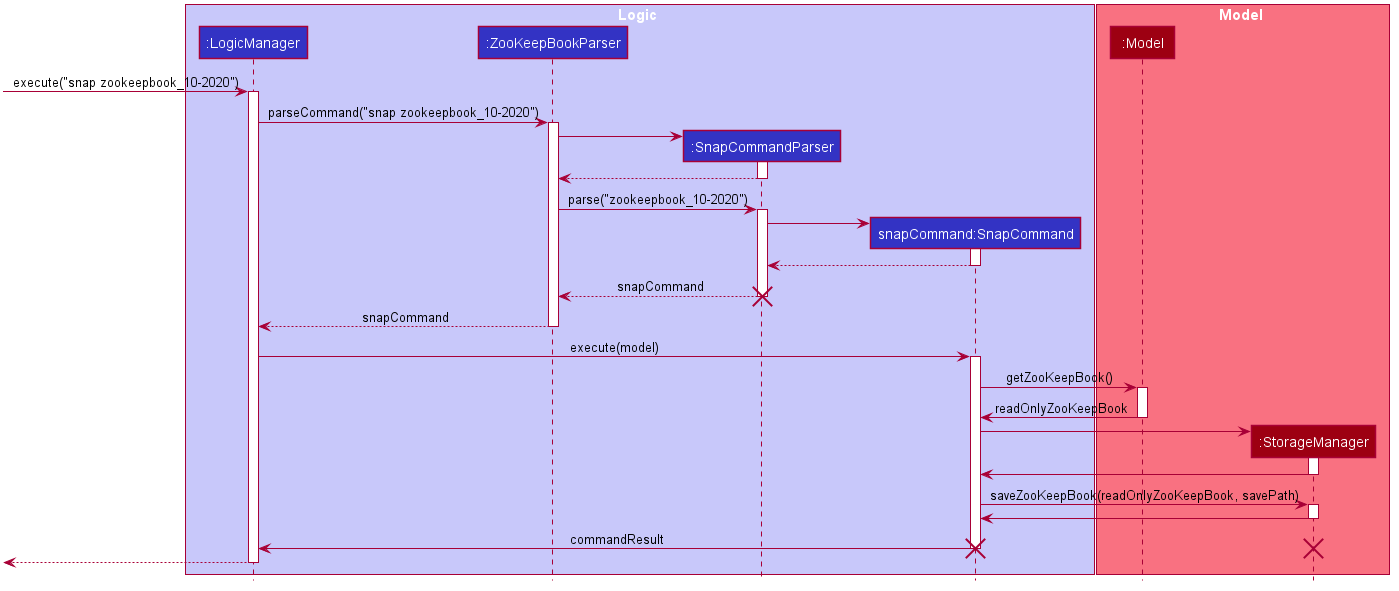
This is docs/images/SnapCommandSequenceDiagram.png from nus-cs2103-AY2021S1/tp, a PlantUML export, as it was before one commit.
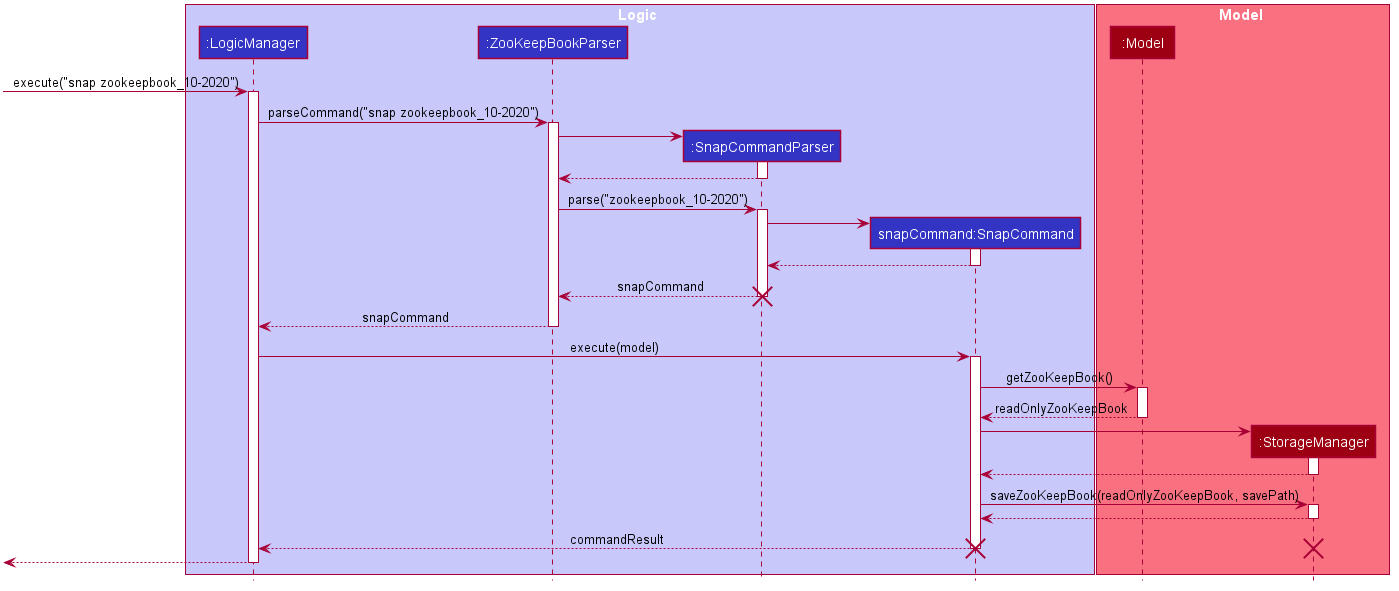
Above is the later version.

Commit message:
Edit return arrow in sequence diagram

Diff of the diagram source:
```diff
@@ -95,23 +95,23 @@
 SnapCommand -> Model : getZooKeepBook()
 activate Model
 
-Model -> SnapCommand : readOnlyZooKeepBook
+Model --> SnapCommand : readOnlyZooKeepBook
 deactivate Model
 
 create StorageManager
 SnapCommand -> StorageManager
 activate StorageManager
 
-StorageManager -> SnapCommand
+StorageManager --> SnapCommand
 deactivate StorageManager
 
 SnapCommand -> StorageManager : saveZooKeepBook(readOnlyZooKeepBook, savePath)
 activate StorageManager
 
-StorageManager -> SnapCommand
+StorageManager --> SnapCommand
 deactivate StorageManager
 
-SnapCommand -> LogicManager : commandResult
+SnapCommand --> LogicManager : commandResult
 destroy SnapCommand
 destroy StorageManager
 
```
